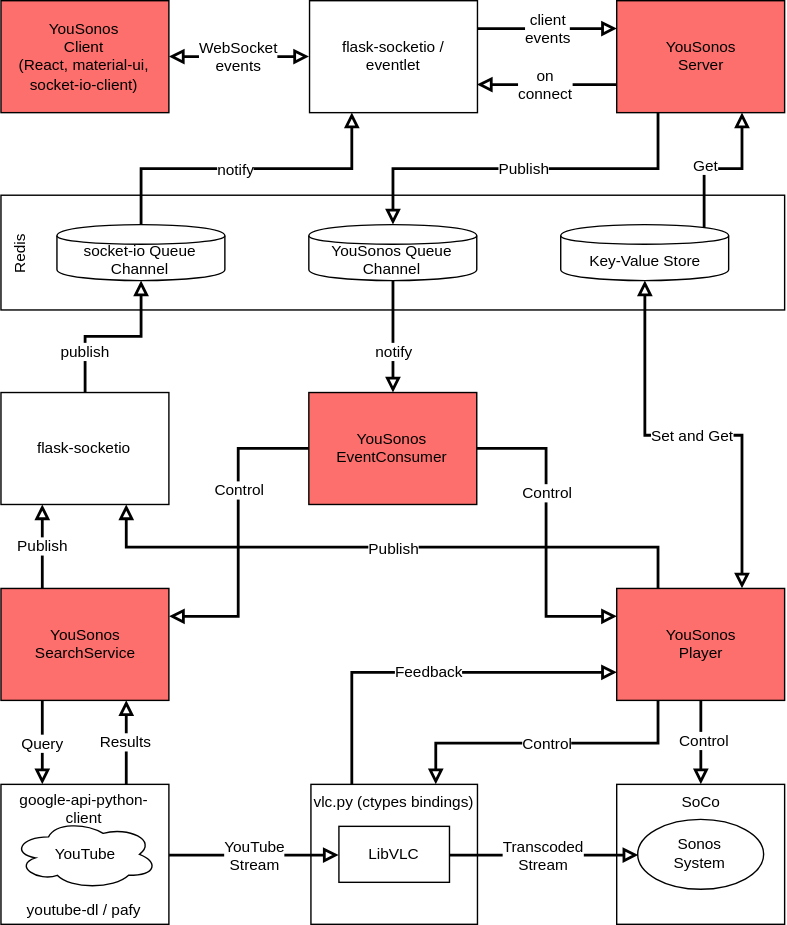
faberchri/YouSonos keeps this draw.io diagram as documentation/YouSonos_architecture.svg. Above is the earlier version. Source tidied: cells renumbered, new cells last; positions are measured from the earlier drawing's top-left corner, leaving out a move shared by most shapes.
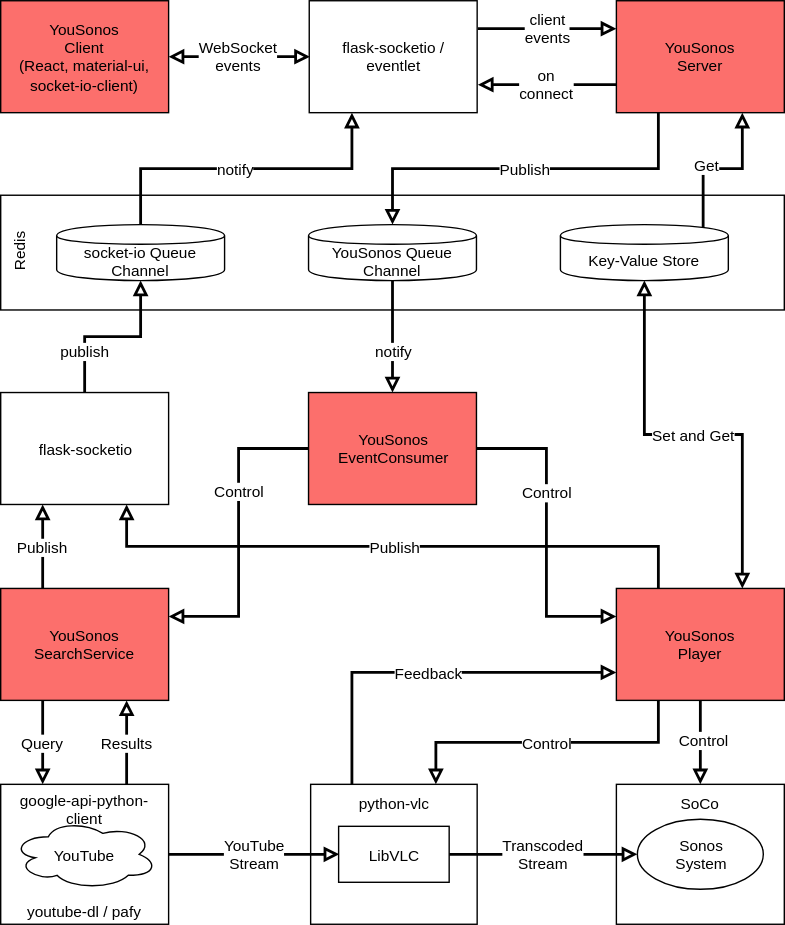
The same diagram one commit later.

Commit message:
Doc: update architecture svg with dependency to python-vlc

The edit, as a diff of the source:
```diff
@@ -8,7 +8,7 @@
     <mxCell id="3" style="group;fontFamily=Helvetica;fontSize=11;html=1;" parent="1" vertex="1">
       <mxGeometry x="221.5" y="660" width="119" height="100" as="geometry" />
     </mxCell>
-    <mxCell id="4" value="vlc.py (ctypes bindings)" style="rounded=0;whiteSpace=wrap;fontFamily=Helvetica;fontSize=11;verticalAlign=top;html=1;" parent="3" vertex="1">
+    <mxCell id="4" value="python-vlc" style="rounded=0;whiteSpace=wrap;fontFamily=Helvetica;fontSize=11;verticalAlign=top;html=1;" parent="3" vertex="1">
       <mxGeometry width="119" height="100" as="geometry" />
     </mxCell>
     <mxCell id="5" value="LibVLC&lt;br style=&quot;font-size: 11px&quot;&gt;" style="rounded=0;whiteSpace=wrap;fontSize=11;fontFamily=Helvetica;html=1;" parent="3" vertex="1">
```
